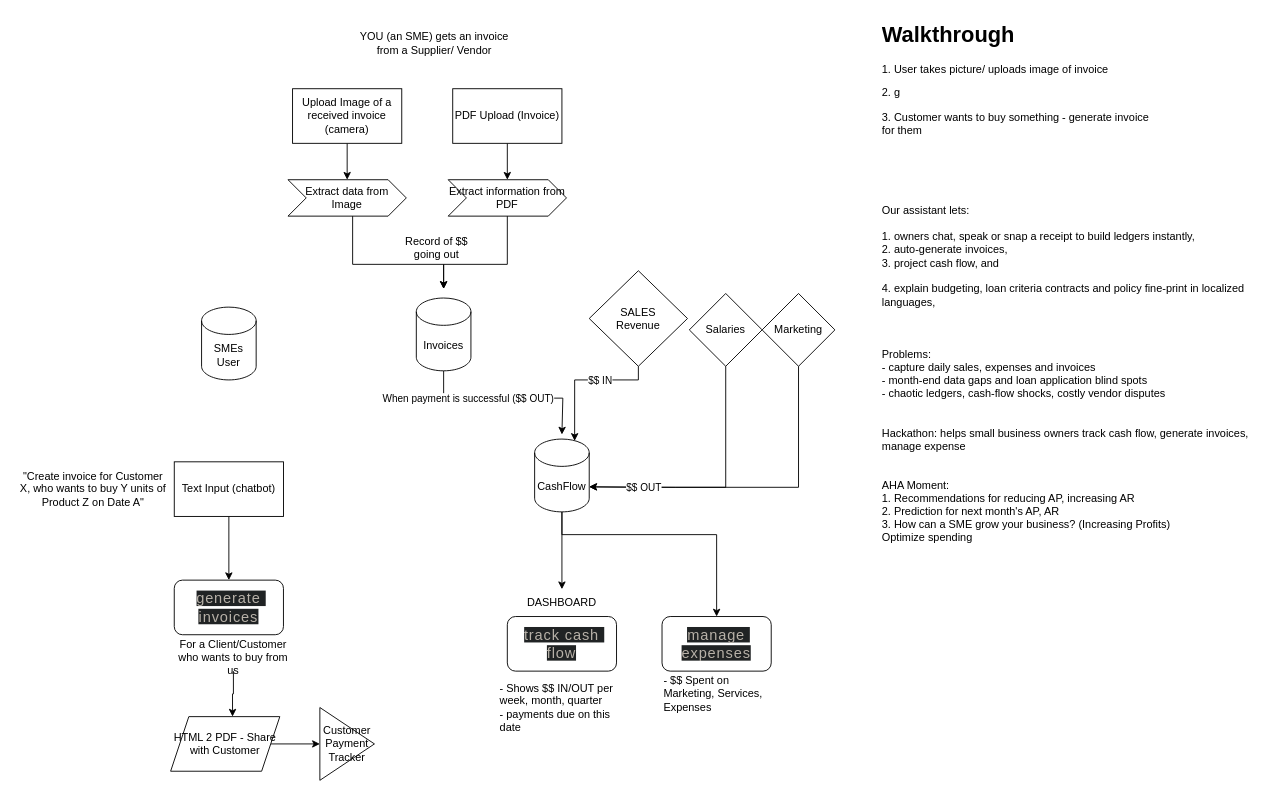
Earlier version of the draw.io diagram backend/data/plainfigures.drawio (jovi-s/plainfigures). Source tidied: cells renumbered, new cells numbered last; positions are measured from the earlier drawing's top-left corner, leaving out a move shared by most shapes. Both pictures are drawn from the tidied source at 91%, with x=0, y=0 at pixel (15, 15).
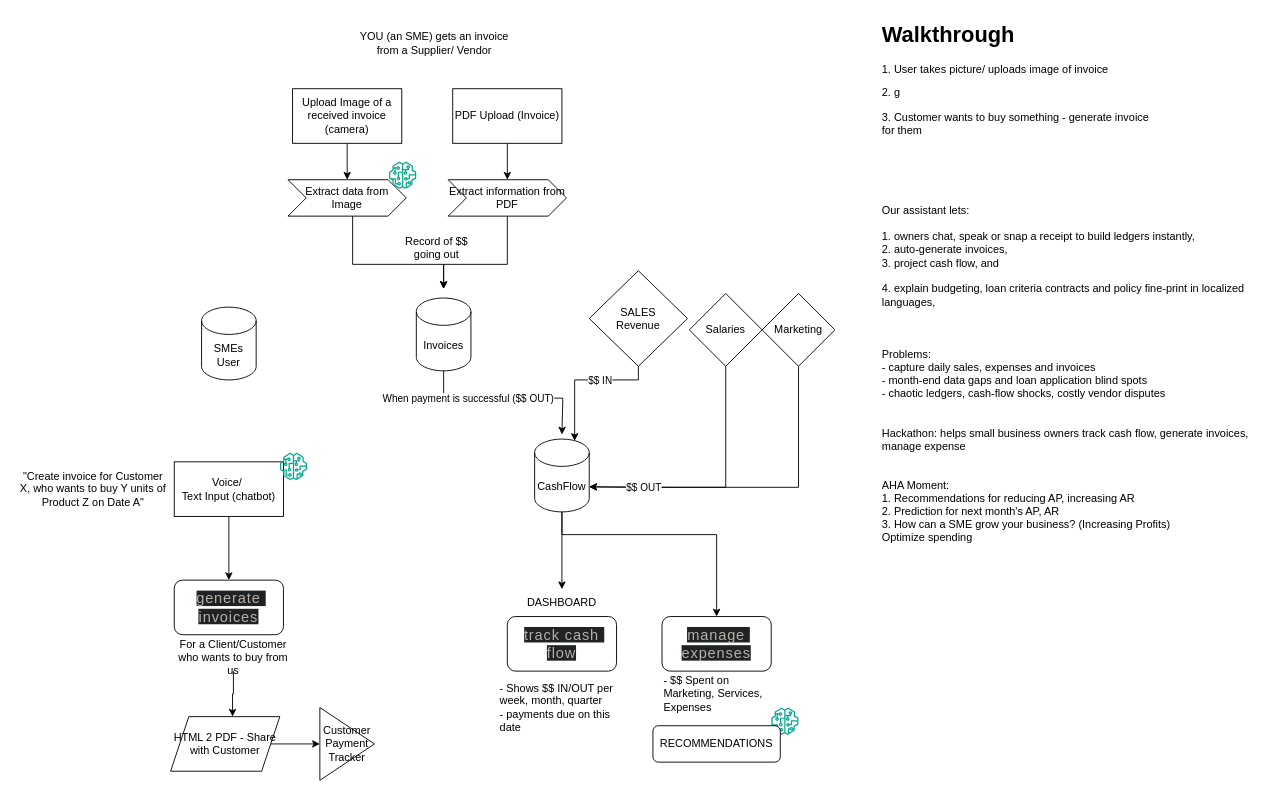
The same diagram, later.

Change to the diagram source:
```diff
@@
-    <mxCell id="3" value="Text Input (chatbot)" style="rounded=0;whiteSpace=wrap;html=1;" parent="1" vertex="1">
+    <mxCell id="3" value="Voice/&amp;nbsp;&lt;div&gt;Text Input (chatbot)&lt;/div&gt;" style="rounded=0;whiteSpace=wrap;html=1;" parent="1" vertex="1">
       <mxGeometry x="174" y="490" width="120" height="60" as="geometry" />
     </mxCell>
@@
+    <mxCell id="43" style="sketch=0;fontColor=#232F3E;gradientColor=none;fillColor=#01A88D;strokeColor=none;dashed=0;verticalLabelPosition=bottom;verticalAlign=top;align=center;html=1;fontSize=12;fontStyle=0;shape=mxgraph.aws4.sagemaker_model;" parent="1" vertex="1">
+      <mxGeometry x="410" y="160" width="30" height="30" as="geometry" />
+    </mxCell>
+    <mxCell id="44" style="sketch=0;fontColor=#232F3E;gradientColor=none;fillColor=#01A88D;strokeColor=none;dashed=0;verticalLabelPosition=bottom;verticalAlign=top;align=center;html=1;fontSize=12;fontStyle=0;shape=mxgraph.aws4.sagemaker_model;" parent="1" vertex="1">
+      <mxGeometry x="290" y="480" width="30" height="30" as="geometry" />
+    </mxCell>
+    <mxCell id="45" style="sketch=0;fontColor=#232F3E;gradientColor=none;fillColor=#01A88D;strokeColor=none;dashed=0;verticalLabelPosition=bottom;verticalAlign=top;align=center;html=1;fontSize=12;fontStyle=0;shape=mxgraph.aws4.sagemaker_model;" parent="1" vertex="1">
+      <mxGeometry x="830" y="760" width="30" height="30" as="geometry" />
+    </mxCell>
+    <mxCell id="46" value="RECOMMENDATIONS" style="rounded=1;whiteSpace=wrap;html=1;" parent="1" vertex="1">
+      <mxGeometry x="700" y="780" width="140" height="40" as="geometry" />
+    </mxCell>
```
